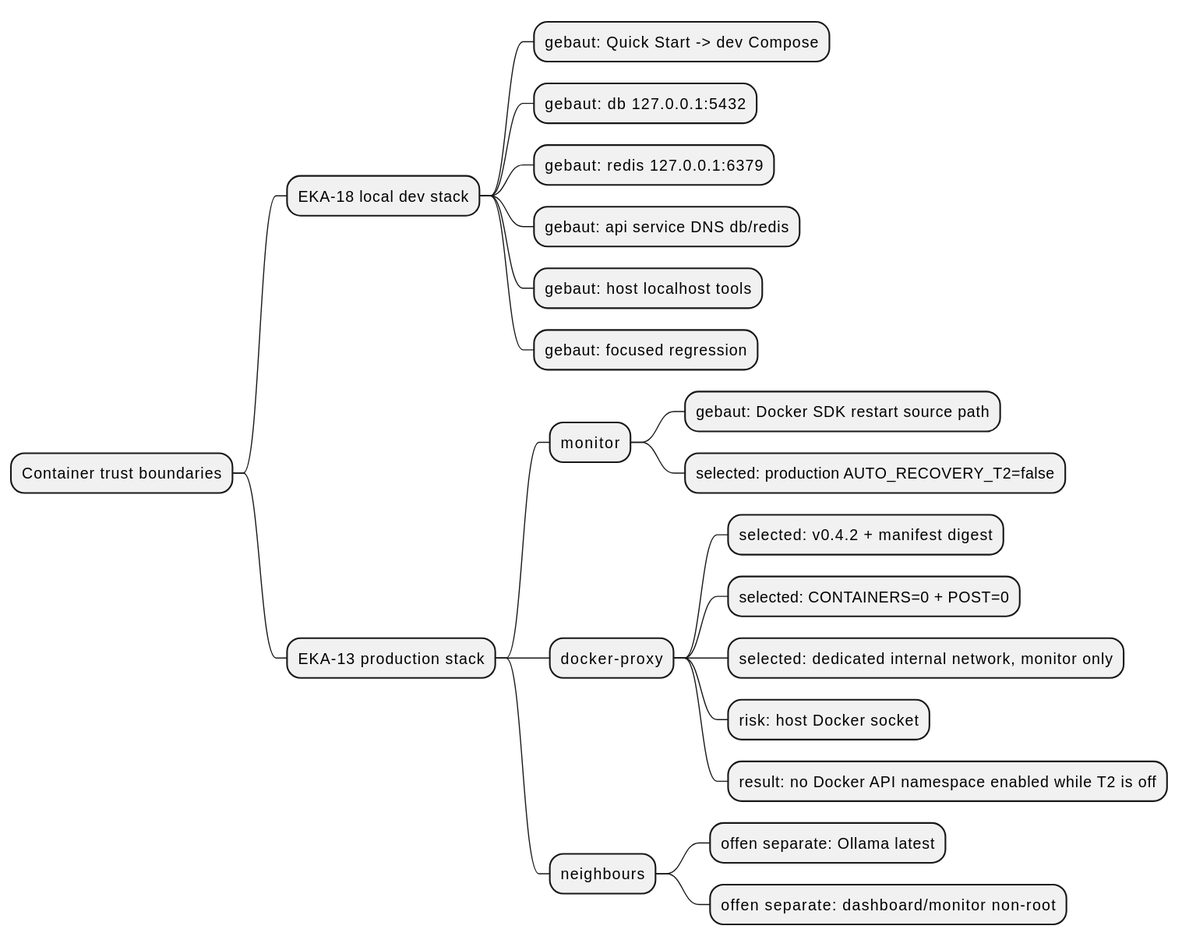
The PlantUML diagram docs/architecture/map.svg in NeaBouli/pnyx, before a commit. The source it was exported from:
```plantuml
@startmindmap
!pragma layout smetana
* Container trust boundaries
** EKA-18 local dev stack
*** gebaut: Quick Start -> dev Compose
*** gebaut: db 127.0.0.1:5432
*** gebaut: redis 127.0.0.1:6379
*** gebaut: api service DNS db/redis
*** gebaut: host localhost tools
*** gebaut: focused regression
** EKA-13 production stack
*** monitor
**** gebaut: Docker SDK restart source path
**** selected: production AUTO_RECOVERY_T2=false
*** docker-proxy
**** selected: v0.4.2 + manifest digest
**** selected: CONTAINERS=0 + POST=0
**** selected: dedicated internal network, monitor only
**** risk: host Docker socket
**** result: no Docker API namespace enabled while T2 is off
*** neighbours
**** offen separate: Ollama latest
**** offen separate: dashboard/monitor non-root
@endmindmap
```
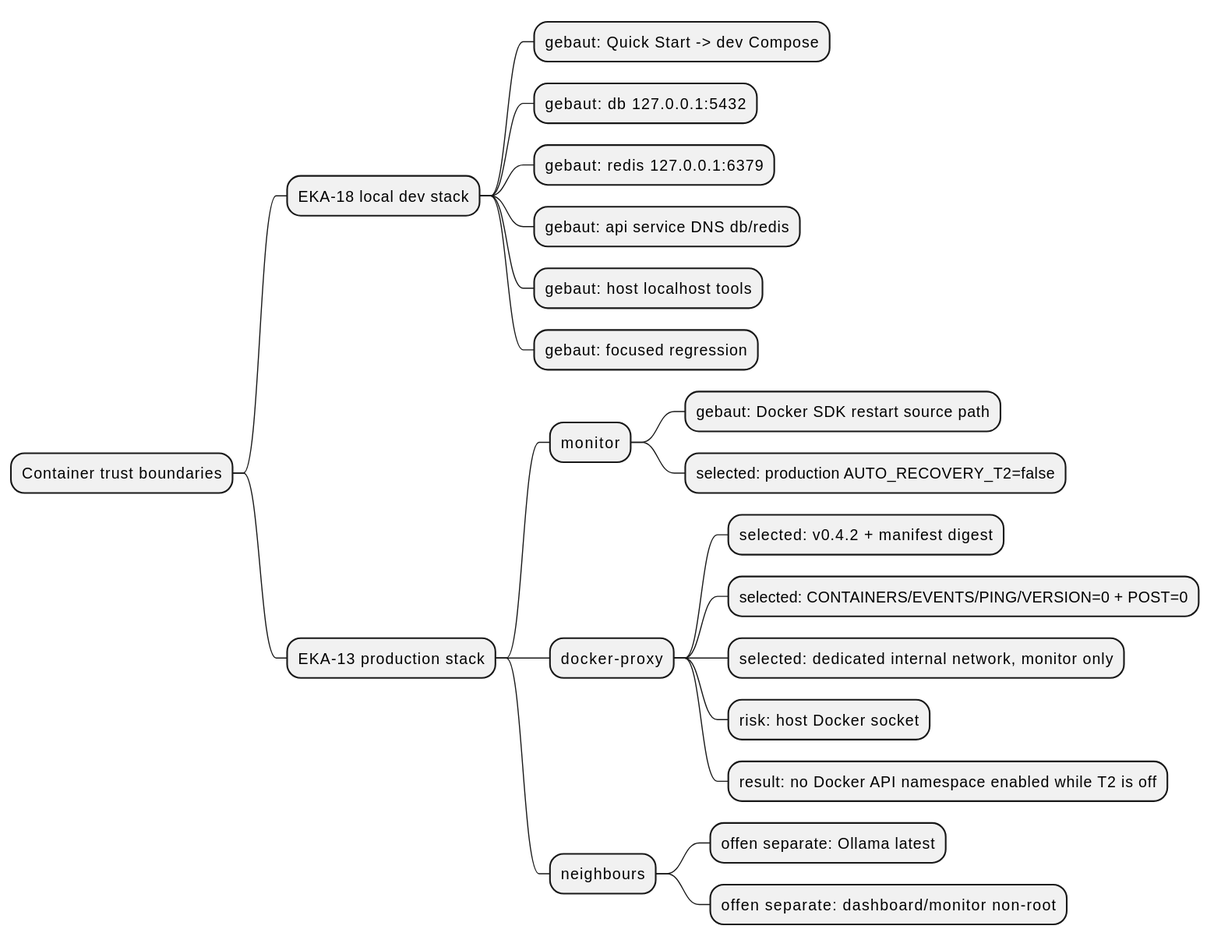
Above is the later version.

Diff of the diagram source:
```diff
@@ -14,7 +14,7 @@
 **** selected: production AUTO_RECOVERY_T2=false
 *** docker-proxy
 **** selected: v0.4.2 + manifest digest
-**** selected: CONTAINERS=0 + POST=0
+**** selected: CONTAINERS/EVENTS/PING/VERSION=0 + POST=0
 **** selected: dedicated internal network, monitor only
 **** risk: host Docker socket
 **** result: no Docker API namespace enabled while T2 is off
```
